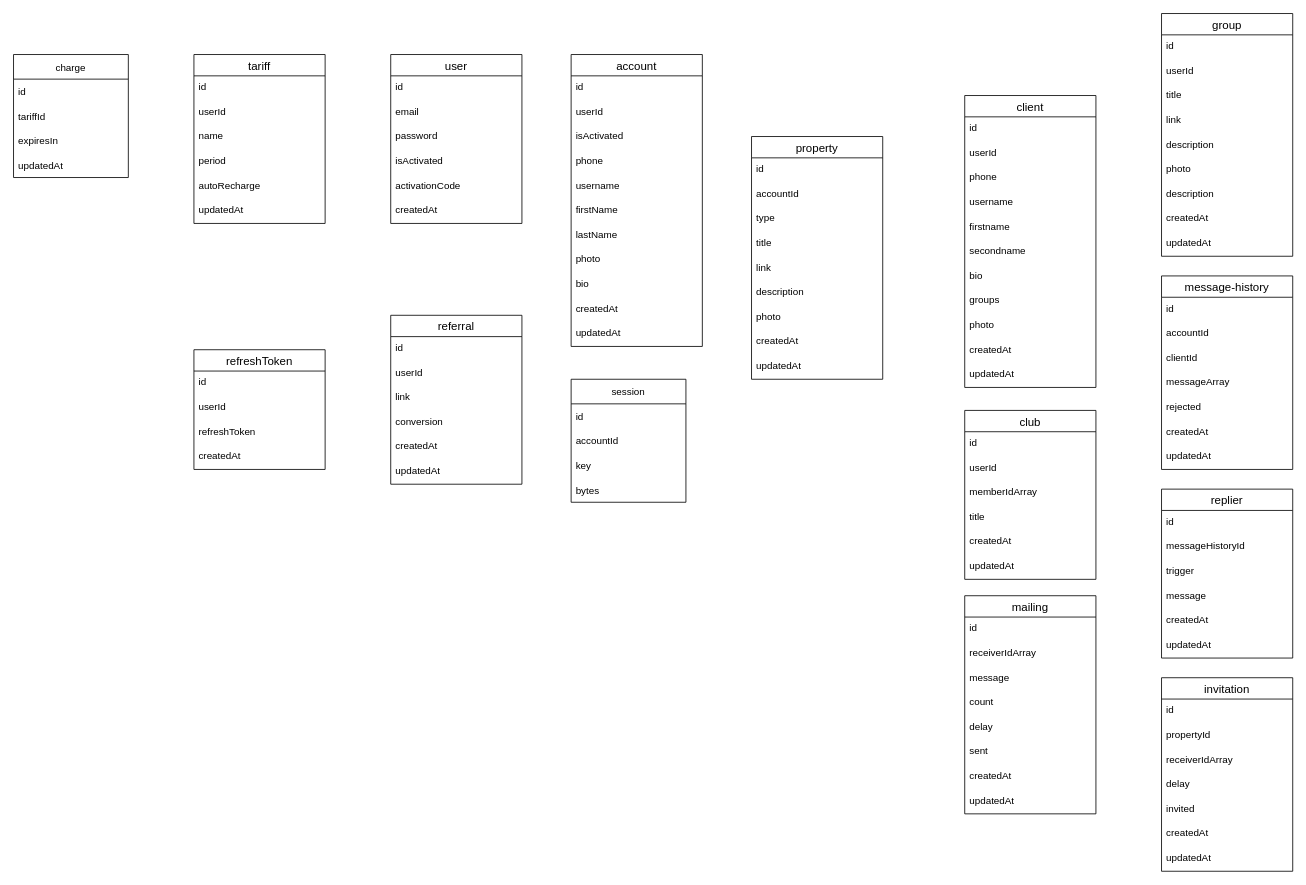
Nick-Fed-Al-dev/telepanel keeps this draw.io diagram as schema.drawio. Above is the earlier version. Source tidied: cells renumbered, new cells numbered last; positions are measured from the earlier drawing's top-left corner, leaving out a move shared by most shapes. Both pictures are drawn from the tidied source at 82%, with x=0, y=0 at pixel (13, 13).
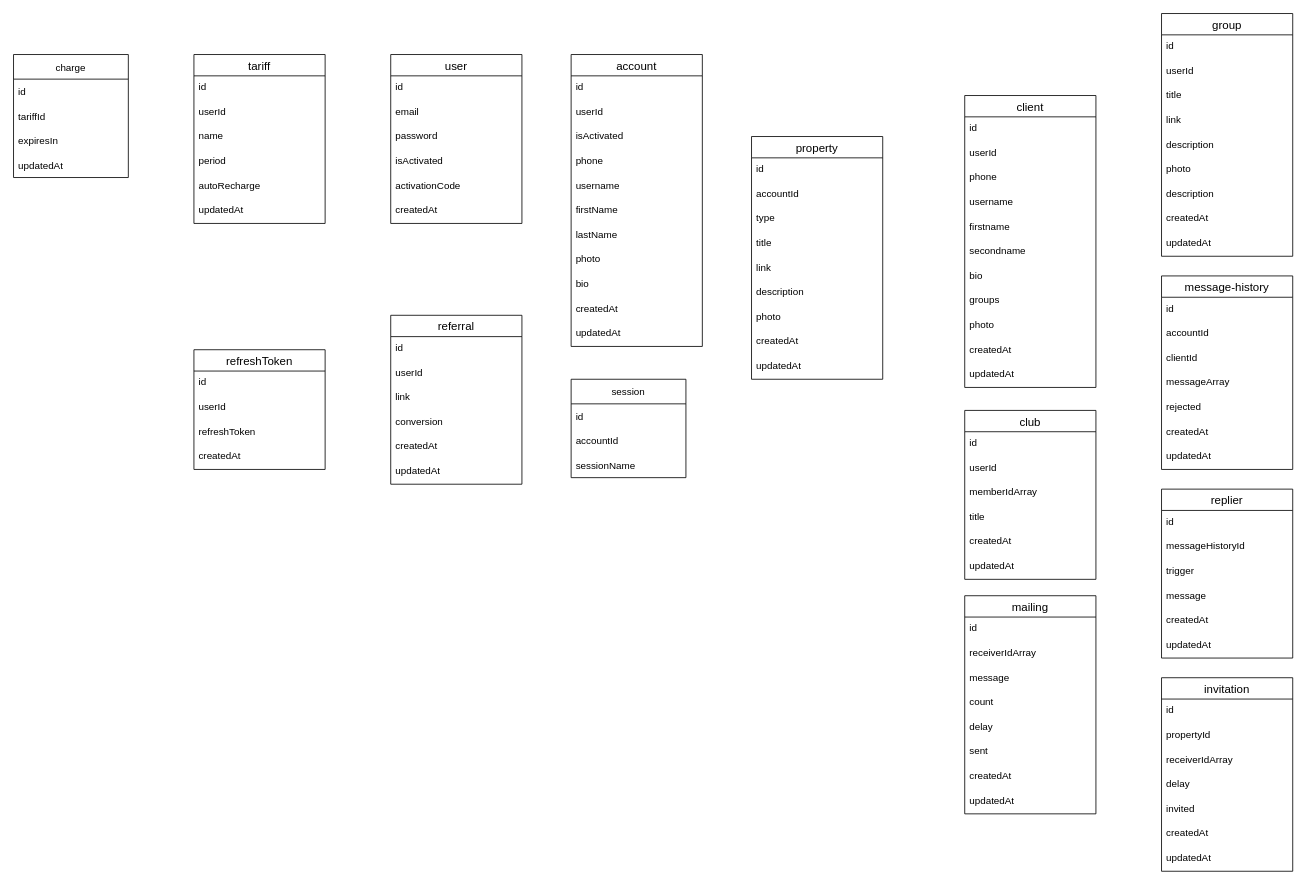
After the change.

Diff of the diagram source:
```diff
@@
     <mxCell id="116" value="session" style="swimlane;fontStyle=0;horizontal=1;startSize=30;" parent="1" vertex="1">
-      <mxGeometry x="680" y="446" width="140" height="150" as="geometry" />
+      <mxGeometry x="680" y="446" width="140" height="120" as="geometry" />
     </mxCell>
@@
-    <mxCell id="119" value="key" style="text;strokeColor=none;fillColor=none;align=left;verticalAlign=middle;spacingLeft=4;spacingRight=4;overflow=hidden;" parent="116" vertex="1">
+    <mxCell id="119" value="sessionName" style="text;strokeColor=none;fillColor=none;align=left;verticalAlign=middle;spacingLeft=4;spacingRight=4;overflow=hidden;" parent="116" vertex="1">
       <mxGeometry y="90" width="140" height="30" as="geometry" />
     </mxCell>
-    <mxCell id="120" value="bytes" style="text;strokeColor=none;fillColor=none;align=left;verticalAlign=middle;spacingLeft=4;spacingRight=4;overflow=hidden;" parent="116" vertex="1">
-      <mxGeometry y="120" width="140" height="30" as="geometry" />
-    </mxCell>
```
